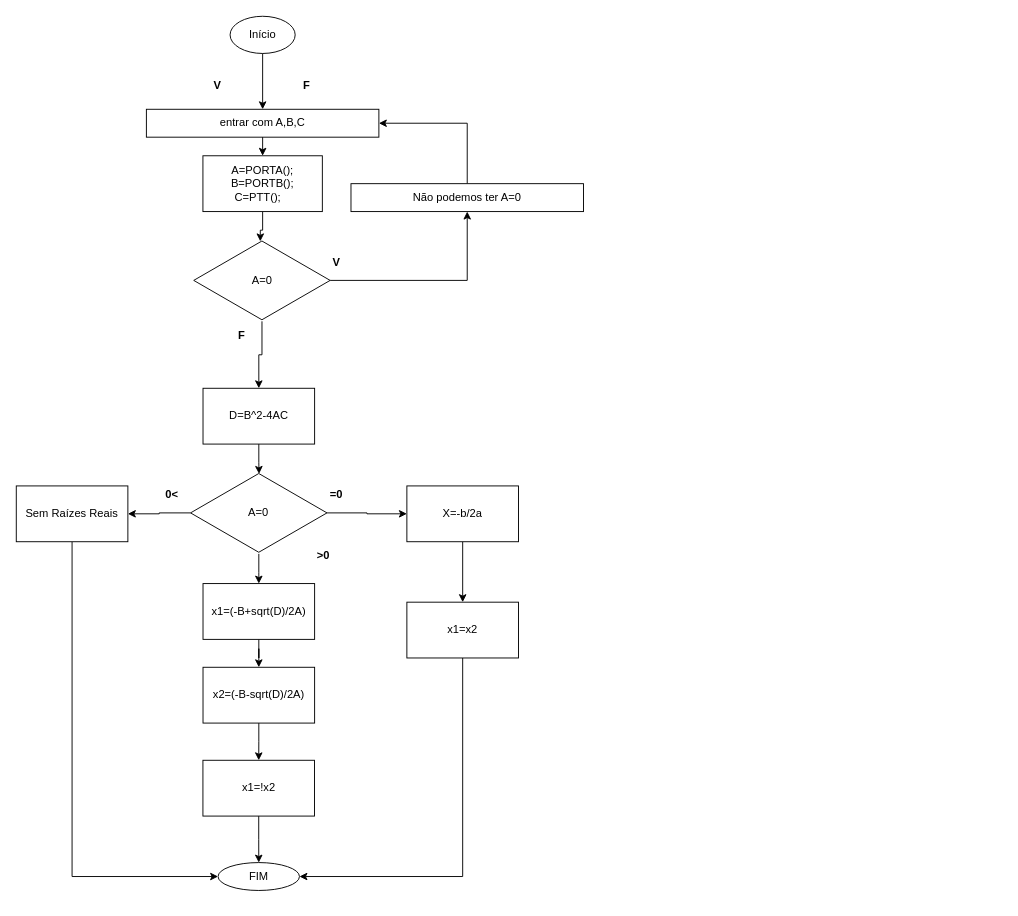
nervaljunior/hcs12-assembly-c keeps this draw.io diagram as questao4/questao4.drawio. Above is the earlier version. Source tidied: cells renumbered, new cells numbered last; positions are measured from the earlier drawing's top-left corner, leaving out a move shared by most shapes. Both pictures are drawn from the tidied source at 93%, with x=0, y=0 at pixel (16, 16).
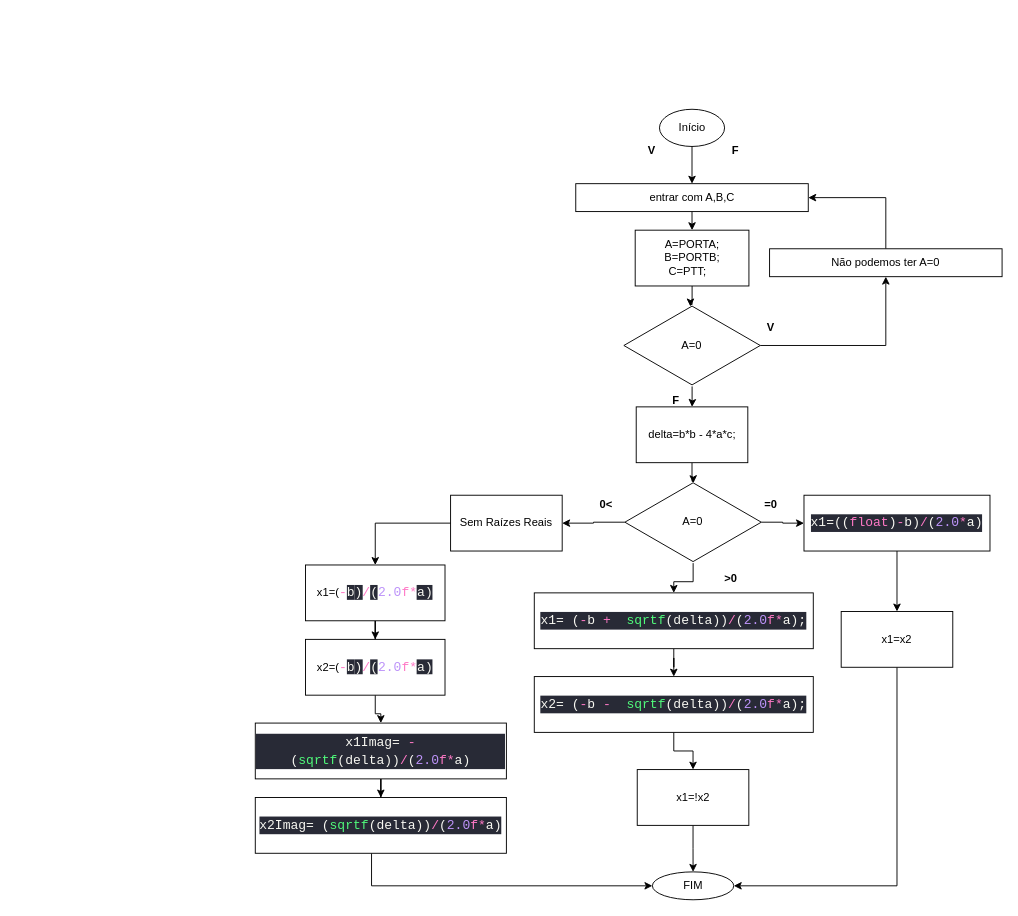
Above is the later version.

Diff of the diagram source:
```diff
@@
     <mxCell id="2" value="Início" style="ellipse;whiteSpace=wrap;html=1;" parent="1" vertex="1">
-      <mxGeometry x="229.9" width="70" height="40" as="geometry" />
+      <mxGeometry x="691.6" y="100" width="70" height="40" as="geometry" />
     </mxCell>
     <mxCell id="3" value="entrar com A,B,C" style="rounded=0;whiteSpace=wrap;html=1;" parent="1" vertex="1">
-      <mxGeometry x="139.9" y="100" width="250" height="30" as="geometry" />
+      <mxGeometry x="601.6" y="180" width="250" height="30" as="geometry" />
     </mxCell>
@@
     <mxCell id="6" value="FIM" style="ellipse;whiteSpace=wrap;html=1;" parent="1" vertex="1">
-      <mxGeometry x="217" y="910" width="87.5" height="30" as="geometry" />
+      <mxGeometry x="684" y="920" width="87.5" height="30" as="geometry" />
     </mxCell>
     <mxCell id="7" value="&lt;b&gt;F&lt;/b&gt;" style="text;html=1;align=center;verticalAlign=middle;strokeColor=none;fillColor=none;" parent="1" vertex="1">
-      <mxGeometry x="297.4" y="60" width="30" height="30" as="geometry" />
+      <mxGeometry x="757.7" y="130" width="30" height="30" as="geometry" />
     </mxCell>
     <mxCell id="8" value="&lt;b&gt;V&lt;/b&gt;" style="text;html=1;align=center;verticalAlign=middle;strokeColor=none;fillColor=none;" parent="1" vertex="1">
-      <mxGeometry x="200.8" y="60" width="30" height="30" as="geometry" />
+      <mxGeometry x="667.8" y="130" width="30" height="30" as="geometry" />
     </mxCell>
@@
-    <mxCell id="10" value="&lt;div&gt;A=PORTA();&lt;/div&gt;&lt;div&gt;B=PORTB();&lt;/div&gt;&lt;div&gt;C=PTT();&lt;span style=&quot;background-color: initial;&quot;&gt;&amp;nbsp; &amp;nbsp;&lt;/span&gt;&lt;/div&gt;" style="rounded=0;whiteSpace=wrap;html=1;align=center;" parent="1" vertex="1">
-      <mxGeometry x="200.7" y="150" width="128.4" height="60" as="geometry" />
+    <mxCell id="10" value="&lt;div&gt;A=PORTA;&lt;/div&gt;&lt;div&gt;B=PORTB;&lt;/div&gt;&lt;div&gt;C=PTT;&lt;span style=&quot;background-color: initial;&quot;&gt;&amp;nbsp; &amp;nbsp;&lt;/span&gt;&lt;/div&gt;" style="rounded=0;whiteSpace=wrap;html=1;align=center;" parent="1" vertex="1">
+      <mxGeometry x="665.5" y="230" width="122.3" height="60" as="geometry" />
     </mxCell>
@@
     <mxCell id="13" value="A=0" style="html=1;whiteSpace=wrap;shape=isoRectangle;" parent="1" vertex="1">
-      <mxGeometry x="190.8" y="240" width="146.7" height="88" as="geometry" />
+      <mxGeometry x="653.3" y="310" width="146.7" height="88" as="geometry" />
     </mxCell>
@@
     <mxCell id="15" value="Não podemos ter A=0" style="rounded=0;whiteSpace=wrap;html=1;" parent="1" vertex="1">
-      <mxGeometry x="359.9" y="180" width="250" height="30" as="geometry" />
+      <mxGeometry x="810" y="250" width="250" height="30" as="geometry" />
     </mxCell>
@@
-    <mxCell id="17" value="D=B^2-4AC" style="whiteSpace=wrap;html=1;" parent="1" vertex="1">
-      <mxGeometry x="200.8" y="400" width="120" height="60" as="geometry" />
+    <mxCell id="17" value="delta=b*b - 4*a*c;" style="whiteSpace=wrap;html=1;" parent="1" vertex="1">
+      <mxGeometry x="666.6" y="420" width="120" height="60" as="geometry" />
     </mxCell>
     <mxCell id="18" value="&lt;b&gt;V&lt;/b&gt;" style="text;html=1;align=center;verticalAlign=middle;strokeColor=none;fillColor=none;" parent="1" vertex="1">
-      <mxGeometry x="329.1" y="250" width="30" height="30" as="geometry" />
+      <mxGeometry x="796.1" y="320" width="30" height="30" as="geometry" />
     </mxCell>
     <mxCell id="19" value="&lt;b&gt;F&lt;/b&gt;" style="text;html=1;align=center;verticalAlign=middle;strokeColor=none;fillColor=none;" parent="1" vertex="1">
-      <mxGeometry x="227" y="328" width="30" height="30" as="geometry" />
+      <mxGeometry x="694" y="398" width="30" height="30" as="geometry" />
     </mxCell>
@@
     <mxCell id="23" value="A=0" style="html=1;whiteSpace=wrap;shape=isoRectangle;" parent="1" vertex="1">
-      <mxGeometry x="187.4" y="490" width="146.7" height="88" as="geometry" />
+      <mxGeometry x="654.4" y="500" width="146.7" height="88" as="geometry" />
     </mxCell>
-    <mxCell id="24" style="edgeStyle=orthogonalEdgeStyle;rounded=0;jettySize=auto;html=1;entryX=0;entryY=0.5;entryDx=0;entryDy=0;" parent="1" edge="1" source="25" target="6">
-      <mxGeometry relative="1" as="geometry">
-        <Array as="points">
-          <mxPoint x="60" y="925" />
-        </Array>
-      </mxGeometry>
-    </mxCell>
     <mxCell id="25" value="Sem Raízes Reais" style="whiteSpace=wrap;html=1;" parent="1" vertex="1">
-      <mxGeometry y="505" width="120" height="60" as="geometry" />
+      <mxGeometry x="467" y="515" width="120" height="60" as="geometry" />
     </mxCell>
     <mxCell id="26" value="&lt;b&gt;0&amp;lt;&lt;/b&gt;" style="text;html=1;align=center;verticalAlign=middle;strokeColor=none;fillColor=none;" parent="1" vertex="1">
-      <mxGeometry x="147.4" y="500" width="40" height="30" as="geometry" />
+      <mxGeometry x="614.4" y="510" width="40" height="30" as="geometry" />
     </mxCell>
@@
-    <mxCell id="28" value="X=-b/2a" style="whiteSpace=wrap;html=1;" parent="1" vertex="1">
-      <mxGeometry x="420" y="505" width="120" height="60" as="geometry" />
+    <mxCell id="28" value="&lt;div style=&quot;color: rgb(248, 248, 242); background-color: rgb(40, 42, 54); font-family: Consolas, &amp;quot;Courier New&amp;quot;, monospace; font-size: 14px; line-height: 19px;&quot;&gt;x1=((&lt;span style=&quot;color: #ff79c6;&quot;&gt;float&lt;/span&gt;)&lt;span style=&quot;color: #ff79c6;&quot;&gt;-&lt;/span&gt;b)&lt;span style=&quot;color: #ff79c6;&quot;&gt;/&lt;/span&gt;(&lt;span style=&quot;color: #bd93f9;&quot;&gt;2.0&lt;/span&gt;&lt;span style=&quot;color: #ff79c6;&quot;&gt;*&lt;/span&gt;a)&lt;/div&gt;" style="whiteSpace=wrap;html=1;" parent="1" vertex="1">
+      <mxGeometry x="847" y="515" width="200" height="60" as="geometry" />
     </mxCell>
     <mxCell id="29" value="&lt;b&gt;=0&lt;/b&gt;" style="text;html=1;align=center;verticalAlign=middle;strokeColor=none;fillColor=none;" parent="1" vertex="1">
-      <mxGeometry x="324.1" y="500" width="40" height="30" as="geometry" />
+      <mxGeometry x="791.1" y="510" width="40" height="30" as="geometry" />
     </mxCell>
@@
-    <mxCell id="31" value="x1=(-B+sqrt(D)/2A)" style="whiteSpace=wrap;html=1;" parent="1" vertex="1">
-      <mxGeometry x="200.8" y="610" width="120" height="60" as="geometry" />
+    <mxCell id="31" value="&lt;div style=&quot;background-color: rgb(40, 42, 54); font-family: Consolas, &amp;quot;Courier New&amp;quot;, monospace; font-size: 14px; line-height: 19px;&quot;&gt;&lt;span style=&quot;color: rgb(248, 248, 242);&quot;&gt;x1= (&lt;span style=&quot;color: #ff79c6;&quot;&gt;-&lt;/span&gt;b &lt;/span&gt;&lt;font color=&quot;#ff79c6&quot;&gt;+&lt;/font&gt;&lt;font color=&quot;#f8f8f2&quot;&gt;&amp;nbsp;&amp;nbsp;&lt;/font&gt;&lt;span style=&quot;color: rgb(80, 250, 123);&quot;&gt;sqrtf&lt;/span&gt;&lt;font color=&quot;#f8f8f2&quot;&gt;(delta))&lt;/font&gt;&lt;span style=&quot;color: rgb(255, 121, 198);&quot;&gt;/&lt;/span&gt;&lt;font color=&quot;#f8f8f2&quot;&gt;(&lt;/font&gt;&lt;span style=&quot;color: rgb(189, 147, 249);&quot;&gt;2.0&lt;/span&gt;&lt;span style=&quot;color: rgb(255, 121, 198);&quot;&gt;f*&lt;/span&gt;&lt;font color=&quot;#f8f8f2&quot;&gt;a);&lt;/font&gt;&lt;/div&gt;" style="whiteSpace=wrap;html=1;" parent="1" vertex="1">
+      <mxGeometry x="557" y="620" width="300" height="60" as="geometry" />
     </mxCell>
     <mxCell id="32" style="edgeStyle=orthogonalEdgeStyle;rounded=0;jettySize=auto;html=1;entryX=1;entryY=0.5;entryDx=0;entryDy=0;" parent="1" edge="1" source="33" target="6">
       <mxGeometry relative="1" as="geometry">
         <Array as="points">
-          <mxPoint x="480" y="925" />
+          <mxPoint x="947" y="935" />
         </Array>
       </mxGeometry>
     </mxCell>
     <mxCell id="33" value="x1=x2" style="whiteSpace=wrap;html=1;" parent="1" vertex="1">
-      <mxGeometry x="420" y="630" width="120" height="60" as="geometry" />
+      <mxGeometry x="887" y="640" width="120" height="60" as="geometry" />
     </mxCell>
@@
-    <mxCell id="35" value="x2=(-B-sqrt(D)/2A)" style="whiteSpace=wrap;html=1;" parent="1" vertex="1">
-      <mxGeometry x="200.8" y="700" width="120" height="60" as="geometry" />
+    <mxCell id="35" value="&lt;div style=&quot;color: rgb(248, 248, 242); background-color: rgb(40, 42, 54); font-family: Consolas, &amp;quot;Courier New&amp;quot;, monospace; font-size: 14px; line-height: 19px;&quot;&gt;x2= (&lt;span style=&quot;color: #ff79c6;&quot;&gt;-&lt;/span&gt;b &lt;span style=&quot;color: #ff79c6;&quot;&gt;-&lt;/span&gt; &amp;nbsp;&lt;span style=&quot;color: #50fa7b;&quot;&gt;sqrtf&lt;/span&gt;(delta))&lt;span style=&quot;color: #ff79c6;&quot;&gt;/&lt;/span&gt;(&lt;span style=&quot;color: #bd93f9;&quot;&gt;2.0&lt;/span&gt;&lt;span style=&quot;color: #ff79c6;&quot;&gt;f*&lt;/span&gt;a);&lt;/div&gt;" style="whiteSpace=wrap;html=1;" parent="1" vertex="1">
+      <mxGeometry x="557" y="710" width="300" height="60" as="geometry" />
     </mxCell>
@@
     <mxCell id="37" value="x1=!x2" style="whiteSpace=wrap;html=1;" parent="1" vertex="1">
-      <mxGeometry x="200.7" y="800" width="120" height="60" as="geometry" />
+      <mxGeometry x="667.7" y="810" width="120" height="60" as="geometry" />
     </mxCell>
     <mxCell id="38" value="&lt;b&gt;&amp;gt;0&lt;/b&gt;" style="text;html=1;align=center;verticalAlign=middle;strokeColor=none;fillColor=none;" parent="1" vertex="1">
-      <mxGeometry x="310" y="565" width="40" height="30" as="geometry" />
+      <mxGeometry x="747.7" y="590" width="40" height="30" as="geometry" />
     </mxCell>
+    <mxCell id="39" style="edgeStyle=orthogonalEdgeStyle;rounded=0;jettySize=auto;html=1;entryX=0.5;entryY=0;entryDx=0;entryDy=0;" parent="1" edge="1" source="25" target="41">
+      <mxGeometry relative="1" as="geometry" />
+    </mxCell>
+    <mxCell id="40" style="edgeStyle=orthogonalEdgeStyle;rounded=0;jettySize=auto;html=1;entryX=0.5;entryY=0;entryDx=0;entryDy=0;" parent="1" edge="1" source="41" target="43">
+      <mxGeometry relative="1" as="geometry" />
+    </mxCell>
+    <mxCell id="41" value="x1=(&lt;span style=&quot;font-family: Consolas, &amp;quot;Courier New&amp;quot;, monospace; font-size: 14px; color: rgb(255, 121, 198);&quot;&gt;-&lt;/span&gt;&lt;span style=&quot;background-color: rgb(40, 42, 54); color: rgb(248, 248, 242); font-family: Consolas, &amp;quot;Courier New&amp;quot;, monospace; font-size: 14px;&quot;&gt;b&lt;/span&gt;&lt;span style=&quot;background-color: rgb(40, 42, 54); color: rgb(248, 248, 242); font-family: Consolas, &amp;quot;Courier New&amp;quot;, monospace; font-size: 14px;&quot;&gt;)&lt;/span&gt;&lt;span style=&quot;font-family: Consolas, &amp;quot;Courier New&amp;quot;, monospace; font-size: 14px; color: rgb(255, 121, 198);&quot;&gt;/&lt;/span&gt;&lt;span style=&quot;background-color: rgb(40, 42, 54); color: rgb(248, 248, 242); font-family: Consolas, &amp;quot;Courier New&amp;quot;, monospace; font-size: 14px;&quot;&gt;(&lt;/span&gt;&lt;span style=&quot;font-family: Consolas, &amp;quot;Courier New&amp;quot;, monospace; font-size: 14px; color: rgb(189, 147, 249);&quot;&gt;2.0&lt;/span&gt;&lt;span style=&quot;font-family: Consolas, &amp;quot;Courier New&amp;quot;, monospace; font-size: 14px; color: rgb(255, 121, 198);&quot;&gt;f*&lt;/span&gt;&lt;span style=&quot;background-color: rgb(40, 42, 54); color: rgb(248, 248, 242); font-family: Consolas, &amp;quot;Courier New&amp;quot;, monospace; font-size: 14px;&quot;&gt;a&lt;/span&gt;&lt;span style=&quot;background-color: rgb(40, 42, 54); color: rgb(248, 248, 242); font-family: Consolas, &amp;quot;Courier New&amp;quot;, monospace; font-size: 14px;&quot;&gt;)&lt;/span&gt;" style="whiteSpace=wrap;html=1;" parent="1" vertex="1">
+      <mxGeometry x="311" y="590" width="150" height="60" as="geometry" />
+    </mxCell>
+    <mxCell id="42" style="edgeStyle=orthogonalEdgeStyle;rounded=0;jettySize=auto;html=1;entryX=0.5;entryY=0;entryDx=0;entryDy=0;" parent="1" edge="1" source="43" target="45">
+      <mxGeometry relative="1" as="geometry" />
+    </mxCell>
+    <mxCell id="43" value="x2=(&lt;span style=&quot;font-family: Consolas, &amp;quot;Courier New&amp;quot;, monospace; font-size: 14px; color: rgb(255, 121, 198);&quot;&gt;-&lt;/span&gt;&lt;span style=&quot;background-color: rgb(40, 42, 54); color: rgb(248, 248, 242); font-family: Consolas, &amp;quot;Courier New&amp;quot;, monospace; font-size: 14px;&quot;&gt;b&lt;/span&gt;&lt;span style=&quot;background-color: rgb(40, 42, 54); color: rgb(248, 248, 242); font-family: Consolas, &amp;quot;Courier New&amp;quot;, monospace; font-size: 14px;&quot;&gt;)&lt;/span&gt;&lt;span style=&quot;font-family: Consolas, &amp;quot;Courier New&amp;quot;, monospace; font-size: 14px; color: rgb(255, 121, 198);&quot;&gt;/&lt;/span&gt;&lt;span style=&quot;background-color: rgb(40, 42, 54); color: rgb(248, 248, 242); font-family: Consolas, &amp;quot;Courier New&amp;quot;, monospace; font-size: 14px;&quot;&gt;(&lt;/span&gt;&lt;span style=&quot;font-family: Consolas, &amp;quot;Courier New&amp;quot;, monospace; font-size: 14px; color: rgb(189, 147, 249);&quot;&gt;2.0&lt;/span&gt;&lt;span style=&quot;font-family: Consolas, &amp;quot;Courier New&amp;quot;, monospace; font-size: 14px; color: rgb(255, 121, 198);&quot;&gt;f*&lt;/span&gt;&lt;span style=&quot;background-color: rgb(40, 42, 54); color: rgb(248, 248, 242); font-family: Consolas, &amp;quot;Courier New&amp;quot;, monospace; font-size: 14px;&quot;&gt;a&lt;/span&gt;&lt;span style=&quot;background-color: rgb(40, 42, 54); color: rgb(248, 248, 242); font-family: Consolas, &amp;quot;Courier New&amp;quot;, monospace; font-size: 14px;&quot;&gt;)&lt;/span&gt;" style="whiteSpace=wrap;html=1;" parent="1" vertex="1">
+      <mxGeometry x="311" y="670" width="150" height="60" as="geometry" />
+    </mxCell>
+    <mxCell id="44" style="edgeStyle=orthogonalEdgeStyle;rounded=0;jettySize=auto;html=1;entryX=0.5;entryY=0;entryDx=0;entryDy=0;" parent="1" edge="1" source="45" target="47">
+      <mxGeometry relative="1" as="geometry" />
+    </mxCell>
+    <mxCell id="45" value="&lt;div style=&quot;color: rgb(248, 248, 242); background-color: rgb(40, 42, 54); font-family: Consolas, &amp;quot;Courier New&amp;quot;, monospace; font-size: 14px; line-height: 19px;&quot;&gt;x1Imag= &lt;span style=&quot;color: #ff79c6;&quot;&gt;-&lt;/span&gt;(&lt;span style=&quot;color: #50fa7b;&quot;&gt;sqrtf&lt;/span&gt;(delta))&lt;span style=&quot;color: #ff79c6;&quot;&gt;/&lt;/span&gt;(&lt;span style=&quot;color: #bd93f9;&quot;&gt;2.0&lt;/span&gt;&lt;span style=&quot;color: #ff79c6;&quot;&gt;f*&lt;/span&gt;a)&lt;/div&gt;" style="whiteSpace=wrap;html=1;" parent="1" vertex="1">
+      <mxGeometry x="257" y="760" width="270" height="60" as="geometry" />
+    </mxCell>
+    <mxCell id="46" style="edgeStyle=orthogonalEdgeStyle;rounded=0;jettySize=auto;html=1;entryX=0;entryY=0.5;entryDx=0;entryDy=0;" parent="1" edge="1" source="47" target="6">
+      <mxGeometry relative="1" as="geometry">
+        <Array as="points">
+          <mxPoint x="382" y="935" />
+        </Array>
+      </mxGeometry>
+    </mxCell>
+    <mxCell id="47" value="&lt;div style=&quot;color: rgb(248, 248, 242); background-color: rgb(40, 42, 54); font-family: Consolas, &amp;quot;Courier New&amp;quot;, monospace; font-size: 14px; line-height: 19px;&quot;&gt;x2Imag= (&lt;span style=&quot;color: #50fa7b;&quot;&gt;sqrtf&lt;/span&gt;(delta))&lt;span style=&quot;color: #ff79c6;&quot;&gt;/&lt;/span&gt;(&lt;span style=&quot;color: #bd93f9;&quot;&gt;2.0&lt;/span&gt;&lt;span style=&quot;color: #ff79c6;&quot;&gt;f*&lt;/span&gt;a)&lt;/div&gt;" style="whiteSpace=wrap;html=1;" parent="1" vertex="1">
+      <mxGeometry x="257" y="840" width="270" height="60" as="geometry" />
+    </mxCell>
```
